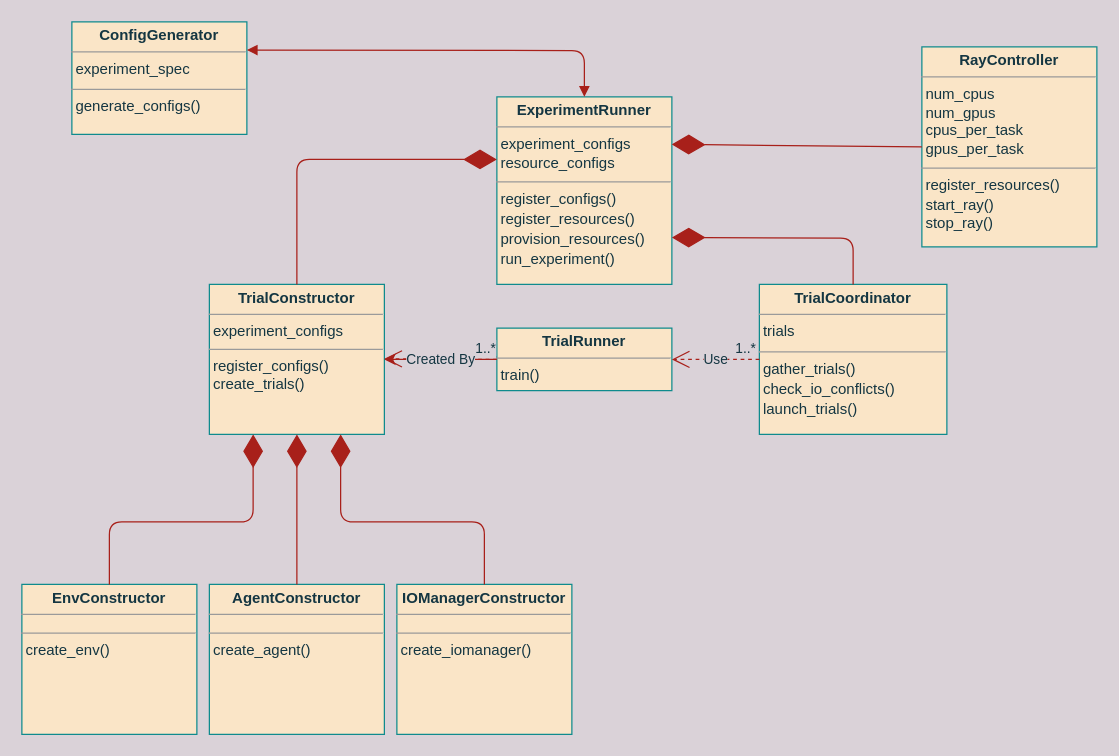
Above: notes/ExperimentRunner_diagram.drawio in wessle/costaware (draw.io), before the change. Source tidied: cells renumbered, new cells numbered last; positions are measured from the earlier drawing's top-left corner, leaving out a move shared by most shapes. Both pictures are drawn from the tidied source at 125%, with x=0, y=0 at pixel (21, 21).
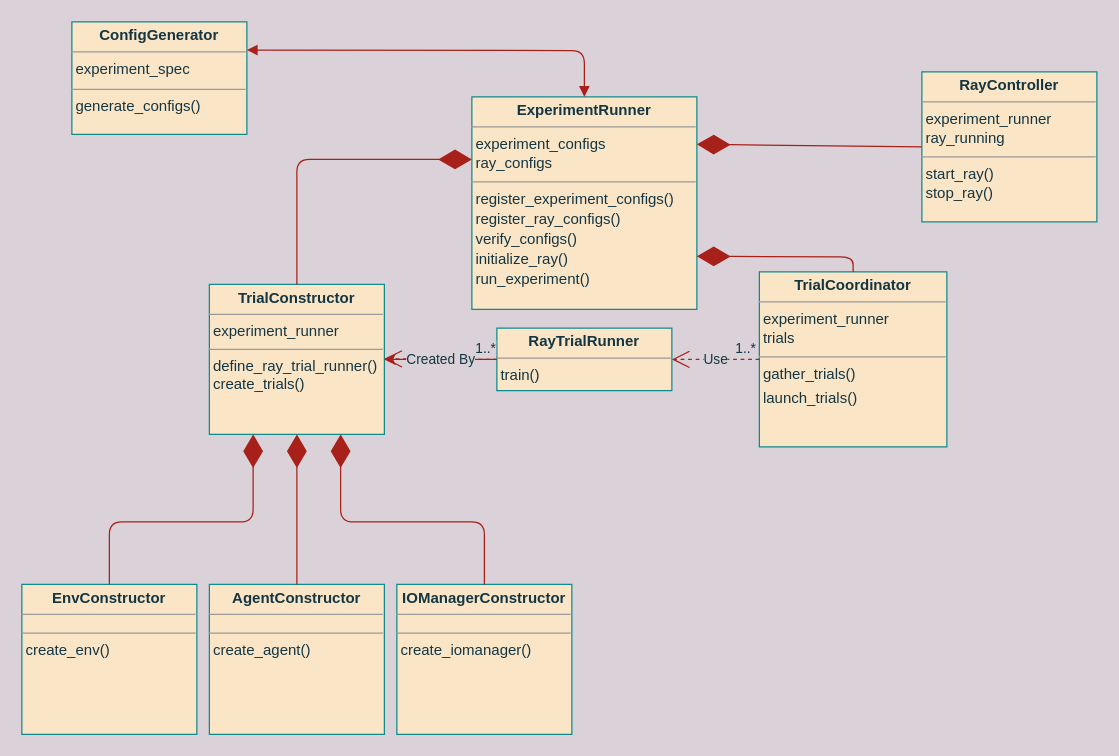
After the change.

Commit message (it also covers changes not shown here):
updated ExperimentRunner and related objects, modified the class diagram accordingly

Change to the diagram source:
```diff
@@
-    <mxCell id="2" value="&lt;p style=&quot;margin: 0px ; margin-top: 4px ; text-align: center&quot;&gt;&lt;b&gt;ExperimentRunner&lt;/b&gt;&lt;/p&gt;&lt;hr size=&quot;1&quot;&gt;&amp;nbsp;experiment_configs&lt;br&gt;&amp;nbsp;resource_configs&lt;br&gt;&lt;div style=&quot;height: 2px&quot;&gt;&lt;/div&gt;&lt;hr size=&quot;1&quot;&gt;&lt;div style=&quot;height: 2px&quot;&gt;&amp;nbsp;register_configs()&lt;/div&gt;&lt;div style=&quot;height: 2px&quot;&gt;&lt;br&gt;&lt;/div&gt;&lt;div style=&quot;height: 2px&quot;&gt;&lt;br&gt;&lt;/div&gt;&lt;div style=&quot;height: 2px&quot;&gt;&lt;br&gt;&lt;/div&gt;&lt;div style=&quot;height: 2px&quot;&gt;&lt;br&gt;&lt;/div&gt;&lt;div style=&quot;height: 2px&quot;&gt;&lt;br&gt;&lt;/div&gt;&lt;div style=&quot;height: 2px&quot;&gt;&lt;br&gt;&lt;/div&gt;&lt;div style=&quot;height: 2px&quot;&gt;&lt;br&gt;&lt;/div&gt;&lt;div style=&quot;height: 2px&quot;&gt;&amp;nbsp;register_resources()&lt;/div&gt;&lt;div style=&quot;height: 2px&quot;&gt;&lt;br&gt;&lt;/div&gt;&lt;div style=&quot;height: 2px&quot;&gt;&lt;br&gt;&lt;/div&gt;&lt;div style=&quot;height: 2px&quot;&gt;&lt;br&gt;&lt;/div&gt;&lt;div style=&quot;height: 2px&quot;&gt;&lt;br&gt;&lt;/div&gt;&lt;div style=&quot;height: 2px&quot;&gt;&lt;br&gt;&lt;/div&gt;&lt;div style=&quot;height: 2px&quot;&gt;&lt;br&gt;&lt;/div&gt;&lt;div style=&quot;height: 2px&quot;&gt;&lt;br&gt;&lt;/div&gt;&lt;div style=&quot;height: 2px&quot;&gt;&amp;nbsp;provision_resources()&lt;/div&gt;&lt;div style=&quot;height: 2px&quot;&gt;&lt;br&gt;&lt;/div&gt;&lt;div style=&quot;height: 2px&quot;&gt;&lt;br&gt;&lt;/div&gt;&lt;div style=&quot;height: 2px&quot;&gt;&lt;br&gt;&lt;/div&gt;&lt;div style=&quot;height: 2px&quot;&gt;&lt;br&gt;&lt;/div&gt;&lt;div style=&quot;height: 2px&quot;&gt;&lt;br&gt;&lt;/div&gt;&lt;div style=&quot;height: 2px&quot;&gt;&amp;nbsp;&lt;/div&gt;&lt;div style=&quot;height: 2px&quot;&gt;&amp;nbsp;&lt;/div&gt;&lt;div style=&quot;height: 2px&quot;&gt;&amp;nbsp;run_experiment()&lt;/div&gt;" style="verticalAlign=top;align=left;overflow=fill;fontSize=12;fontFamily=Helvetica;html=1;fillColor=#FAE5C7;strokeColor=#0F8B8D;fontColor=#143642;" parent="1" vertex="1">
-      <mxGeometry x="380" y="60" width="140" height="150" as="geometry" />
+    <mxCell id="2" value="&lt;p style=&quot;margin: 0px ; margin-top: 4px ; text-align: center&quot;&gt;&lt;b&gt;ExperimentRunner&lt;/b&gt;&lt;/p&gt;&lt;hr size=&quot;1&quot;&gt;&amp;nbsp;experiment_configs&lt;br&gt;&amp;nbsp;ray_configs&lt;br&gt;&lt;div style=&quot;height: 2px&quot;&gt;&lt;/div&gt;&lt;hr size=&quot;1&quot;&gt;&lt;div style=&quot;height: 2px&quot;&gt;&amp;nbsp;register_experiment_configs()&lt;/div&gt;&lt;div style=&quot;height: 2px&quot;&gt;&lt;br&gt;&lt;/div&gt;&lt;div style=&quot;height: 2px&quot;&gt;&lt;br&gt;&lt;/div&gt;&lt;div style=&quot;height: 2px&quot;&gt;&lt;br&gt;&lt;/div&gt;&lt;div style=&quot;height: 2px&quot;&gt;&lt;br&gt;&lt;/div&gt;&lt;div style=&quot;height: 2px&quot;&gt;&lt;br&gt;&lt;/div&gt;&lt;div style=&quot;height: 2px&quot;&gt;&lt;br&gt;&lt;/div&gt;&lt;div style=&quot;height: 2px&quot;&gt;&lt;br&gt;&lt;/div&gt;&lt;div style=&quot;height: 2px&quot;&gt;&amp;nbsp;register_ray_configs()&lt;/div&gt;&lt;div style=&quot;height: 2px&quot;&gt;&lt;br&gt;&lt;/div&gt;&lt;div style=&quot;height: 2px&quot;&gt;&lt;br&gt;&lt;/div&gt;&lt;div style=&quot;height: 2px&quot;&gt;&lt;br&gt;&lt;/div&gt;&lt;div style=&quot;height: 2px&quot;&gt;&lt;br&gt;&lt;/div&gt;&lt;div style=&quot;height: 2px&quot;&gt;&lt;br&gt;&lt;/div&gt;&lt;div style=&quot;height: 2px&quot;&gt;&lt;br&gt;&lt;/div&gt;&lt;div style=&quot;height: 2px&quot;&gt;&lt;br&gt;&lt;/div&gt;&lt;div style=&quot;height: 2px&quot;&gt;&amp;nbsp;verify_configs()&lt;/div&gt;&lt;div style=&quot;height: 2px&quot;&gt;&lt;br&gt;&lt;/div&gt;&lt;div style=&quot;height: 2px&quot;&gt;&lt;br&gt;&lt;/div&gt;&lt;div style=&quot;height: 2px&quot;&gt;&lt;br&gt;&lt;/div&gt;&lt;div style=&quot;height: 2px&quot;&gt;&lt;br&gt;&lt;/div&gt;&lt;div style=&quot;height: 2px&quot;&gt;&lt;br&gt;&lt;/div&gt;&lt;div style=&quot;height: 2px&quot;&gt;&lt;br&gt;&lt;/div&gt;&lt;div style=&quot;height: 2px&quot;&gt;&lt;br&gt;&lt;/div&gt;&lt;div style=&quot;height: 2px&quot;&gt;&amp;nbsp;initialize_ray()&lt;/div&gt;&lt;div style=&quot;height: 2px&quot;&gt;&lt;br&gt;&lt;/div&gt;&lt;div style=&quot;height: 2px&quot;&gt;&lt;br&gt;&lt;/div&gt;&lt;div style=&quot;height: 2px&quot;&gt;&lt;br&gt;&lt;/div&gt;&lt;div style=&quot;height: 2px&quot;&gt;&lt;br&gt;&lt;/div&gt;&lt;div style=&quot;height: 2px&quot;&gt;&lt;br&gt;&lt;/div&gt;&lt;div style=&quot;height: 2px&quot;&gt;&amp;nbsp;&lt;/div&gt;&lt;div style=&quot;height: 2px&quot;&gt;&amp;nbsp;&lt;/div&gt;&lt;div style=&quot;height: 2px&quot;&gt;&amp;nbsp;run_experiment()&lt;/div&gt;" style="verticalAlign=top;align=left;overflow=fill;fontSize=12;fontFamily=Helvetica;html=1;fillColor=#FAE5C7;strokeColor=#0F8B8D;fontColor=#143642;" parent="1" vertex="1">
+      <mxGeometry x="360" y="60" width="180" height="170" as="geometry" />
     </mxCell>
-    <mxCell id="3" value="&lt;p style=&quot;margin: 0px ; margin-top: 4px ; text-align: center&quot;&gt;&lt;b&gt;TrialCoordinator&lt;/b&gt;&lt;/p&gt;&lt;hr size=&quot;1&quot;&gt;&amp;nbsp;trials&lt;br&gt;&lt;div style=&quot;height: 2px&quot;&gt;&lt;/div&gt;&lt;hr size=&quot;1&quot;&gt;&amp;nbsp;gather_trials()&lt;div style=&quot;height: 2px&quot;&gt;&amp;nbsp;&lt;/div&gt;&lt;div style=&quot;height: 2px&quot;&gt;&amp;nbsp;check_io_conflicts()&lt;/div&gt;&lt;div style=&quot;height: 2px&quot;&gt;&lt;br&gt;&lt;/div&gt;&lt;div style=&quot;height: 2px&quot;&gt;&lt;br&gt;&lt;/div&gt;&lt;div style=&quot;height: 2px&quot;&gt;&lt;br&gt;&lt;/div&gt;&lt;div style=&quot;height: 2px&quot;&gt;&lt;br&gt;&lt;/div&gt;&lt;div style=&quot;height: 2px&quot;&gt;&lt;br&gt;&lt;/div&gt;&lt;div style=&quot;height: 2px&quot;&gt;&lt;br&gt;&lt;/div&gt;&lt;div style=&quot;height: 2px&quot;&gt;&amp;nbsp;&lt;/div&gt;&lt;div style=&quot;height: 2px&quot;&gt;&amp;nbsp;launch_trials()&lt;/div&gt;" style="verticalAlign=top;align=left;overflow=fill;fontSize=12;fontFamily=Helvetica;html=1;fillColor=#FAE5C7;strokeColor=#0F8B8D;fontColor=#143642;" parent="1" vertex="1">
-      <mxGeometry x="590" y="210" width="150" height="120" as="geometry" />
+    <mxCell id="3" value="&lt;p style=&quot;margin: 0px ; margin-top: 4px ; text-align: center&quot;&gt;&lt;b&gt;TrialCoordinator&lt;/b&gt;&lt;/p&gt;&lt;hr size=&quot;1&quot;&gt;&amp;nbsp;experiment_runner&lt;br&gt;&amp;nbsp;trials&lt;br&gt;&lt;div style=&quot;height: 2px&quot;&gt;&lt;/div&gt;&lt;hr size=&quot;1&quot;&gt;&amp;nbsp;gather_trials()&lt;br&gt;&lt;div style=&quot;height: 2px&quot;&gt;&lt;br&gt;&lt;/div&gt;&lt;div style=&quot;height: 2px&quot;&gt;&amp;nbsp;&lt;/div&gt;&lt;div style=&quot;height: 2px&quot;&gt;&amp;nbsp;launch_trials()&lt;/div&gt;" style="verticalAlign=top;align=left;overflow=fill;fontSize=12;fontFamily=Helvetica;html=1;fillColor=#FAE5C7;strokeColor=#0F8B8D;fontColor=#143642;" parent="1" vertex="1">
+      <mxGeometry x="590" y="200" width="150" height="140" as="geometry" />
     </mxCell>
-    <mxCell id="4" value="&lt;p style=&quot;margin: 0px ; margin-top: 4px ; text-align: center&quot;&gt;&lt;b&gt;TrialConstructor&lt;/b&gt;&lt;/p&gt;&lt;hr size=&quot;1&quot;&gt;&amp;nbsp;experiment_configs&lt;br&gt;&lt;hr size=&quot;1&quot;&gt;&amp;nbsp;register_configs()&lt;br&gt;&lt;span&gt;&amp;nbsp;create_trials()&lt;/span&gt;" style="verticalAlign=top;align=left;overflow=fill;fontSize=12;fontFamily=Helvetica;html=1;fillColor=#FAE5C7;strokeColor=#0F8B8D;fontColor=#143642;" parent="1" vertex="1">
+    <mxCell id="4" value="&lt;p style=&quot;margin: 0px ; margin-top: 4px ; text-align: center&quot;&gt;&lt;b&gt;TrialConstructor&lt;/b&gt;&lt;/p&gt;&lt;hr size=&quot;1&quot;&gt;&amp;nbsp;experiment_runner&lt;br&gt;&lt;hr size=&quot;1&quot;&gt;&amp;nbsp;&lt;span&gt;define_ray_trial_runner()&lt;br&gt;&amp;nbsp;create_trials()&lt;br&gt;&lt;/span&gt;" style="verticalAlign=top;align=left;overflow=fill;fontSize=12;fontFamily=Helvetica;html=1;fillColor=#FAE5C7;strokeColor=#0F8B8D;fontColor=#143642;" parent="1" vertex="1">
       <mxGeometry x="150" y="210" width="140" height="120" as="geometry" />
     </mxCell>
-    <mxCell id="5" value="&lt;p style=&quot;margin: 0px ; margin-top: 4px ; text-align: center&quot;&gt;&lt;b&gt;RayController&lt;/b&gt;&lt;/p&gt;&lt;hr size=&quot;1&quot;&gt;&amp;nbsp;num_cpus&lt;br&gt;&amp;nbsp;num_gpus&lt;br&gt;&amp;nbsp;cpus_per_task&lt;br&gt;&amp;nbsp;gpus_per_task&lt;br&gt;&lt;div style=&quot;height: 2px&quot;&gt;&lt;/div&gt;&lt;hr size=&quot;1&quot;&gt;&amp;nbsp;register_resources()&lt;br&gt;&lt;div style=&quot;height: 2px&quot;&gt;&lt;br&gt;&lt;/div&gt;&lt;div style=&quot;height: 2px&quot;&gt;&amp;nbsp;start_ray()&lt;/div&gt;&lt;div style=&quot;height: 2px&quot;&gt;&lt;br&gt;&lt;/div&gt;&lt;div style=&quot;height: 2px&quot;&gt;&lt;br&gt;&lt;/div&gt;&lt;div style=&quot;height: 2px&quot;&gt;&lt;br&gt;&lt;/div&gt;&lt;div style=&quot;height: 2px&quot;&gt;&lt;br&gt;&lt;/div&gt;&lt;div style=&quot;height: 2px&quot;&gt;&lt;br&gt;&lt;/div&gt;&lt;div style=&quot;height: 2px&quot;&gt;&lt;br&gt;&lt;/div&gt;&lt;div style=&quot;height: 2px&quot;&gt;&amp;nbsp;stop_ray()&lt;/div&gt;" style="verticalAlign=top;align=left;overflow=fill;fontSize=12;fontFamily=Helvetica;html=1;fillColor=#FAE5C7;strokeColor=#0F8B8D;fontColor=#143642;" parent="1" vertex="1">
-      <mxGeometry x="720" y="20" width="140" height="160" as="geometry" />
+    <mxCell id="5" value="&lt;p style=&quot;margin: 0px ; margin-top: 4px ; text-align: center&quot;&gt;&lt;b&gt;RayController&lt;/b&gt;&lt;/p&gt;&lt;hr size=&quot;1&quot;&gt;&amp;nbsp;experiment_runner&lt;br&gt;&amp;nbsp;ray_running&lt;br&gt;&lt;div style=&quot;height: 2px&quot;&gt;&lt;/div&gt;&lt;hr size=&quot;1&quot;&gt;&amp;nbsp;&lt;span&gt;start_ray()&lt;/span&gt;&lt;br&gt;&lt;div style=&quot;height: 2px&quot;&gt;&lt;span&gt;&amp;nbsp;stop_ray()&lt;/span&gt;&lt;br&gt;&lt;/div&gt;" style="verticalAlign=top;align=left;overflow=fill;fontSize=12;fontFamily=Helvetica;html=1;fillColor=#FAE5C7;strokeColor=#0F8B8D;fontColor=#143642;" parent="1" vertex="1">
+      <mxGeometry x="720" y="40" width="140" height="120" as="geometry" />
     </mxCell>
@@
     <mxCell id="10" style="endArrow=diamondThin;endFill=1;endSize=24;html=1;exitX=0.5;exitY=0;exitDx=0;exitDy=0;labelBackgroundColor=#DAD2D8;strokeColor=#A8201A;fontColor=#143642;" parent="1" edge="1" source="4">
       <mxGeometry relative="1" as="geometry">
-        <mxPoint x="380" y="110" as="targetPoint" />
+        <mxPoint x="360" y="110" as="targetPoint" />
         <Array as="points">
           <mxPoint x="220" y="110" />
         </Array>
       </mxGeometry>
     </mxCell>
     <mxCell id="11" style="endArrow=diamondThin;endFill=1;endSize=24;html=1;exitX=0.5;exitY=0;exitDx=0;exitDy=0;labelBackgroundColor=#DAD2D8;strokeColor=#A8201A;fontColor=#143642;entryX=1;entryY=0.75;entryDx=0;entryDy=0;" parent="1" edge="1" source="3" target="2">
       <mxGeometry relative="1" as="geometry">
         <Array as="points">
-          <mxPoint x="665" y="173" />
+          <mxPoint x="665" y="188" />
         </Array>
       </mxGeometry>
     </mxCell>
@@
     <mxCell id="15" style="endArrow=diamondThin;endFill=1;endSize=24;html=1;labelBackgroundColor=#DAD2D8;strokeColor=#A8201A;fontColor=#143642;exitX=0;exitY=0.5;exitDx=0;exitDy=0;" parent="1" edge="1" source="5">
       <mxGeometry relative="1" as="geometry">
-        <mxPoint x="520" y="98" as="targetPoint" />
+        <mxPoint x="540" y="98" as="targetPoint" />
       </mxGeometry>
     </mxCell>
@@
-    <mxCell id="18" value="&lt;p style=&quot;margin: 0px ; margin-top: 4px ; text-align: center&quot;&gt;&lt;b&gt;TrialRunner&lt;/b&gt;&lt;/p&gt;&lt;hr size=&quot;1&quot;&gt;&lt;div style=&quot;height: 2px&quot;&gt;&amp;nbsp;train()&lt;/div&gt;" style="verticalAlign=top;align=left;overflow=fill;fontSize=12;fontFamily=Helvetica;html=1;fillColor=#FAE5C7;strokeColor=#0F8B8D;fontColor=#143642;" parent="1" vertex="1">
+    <mxCell id="18" value="&lt;p style=&quot;margin: 0px ; margin-top: 4px ; text-align: center&quot;&gt;&lt;b&gt;RayTrialRunner&lt;/b&gt;&lt;/p&gt;&lt;hr size=&quot;1&quot;&gt;&lt;div style=&quot;height: 2px&quot;&gt;&amp;nbsp;train()&lt;/div&gt;" style="verticalAlign=top;align=left;overflow=fill;fontSize=12;fontFamily=Helvetica;html=1;fillColor=#FAE5C7;strokeColor=#0F8B8D;fontColor=#143642;" parent="1" vertex="1">
       <mxGeometry x="380" y="245" width="140" height="50" as="geometry" />
     </mxCell>
```
